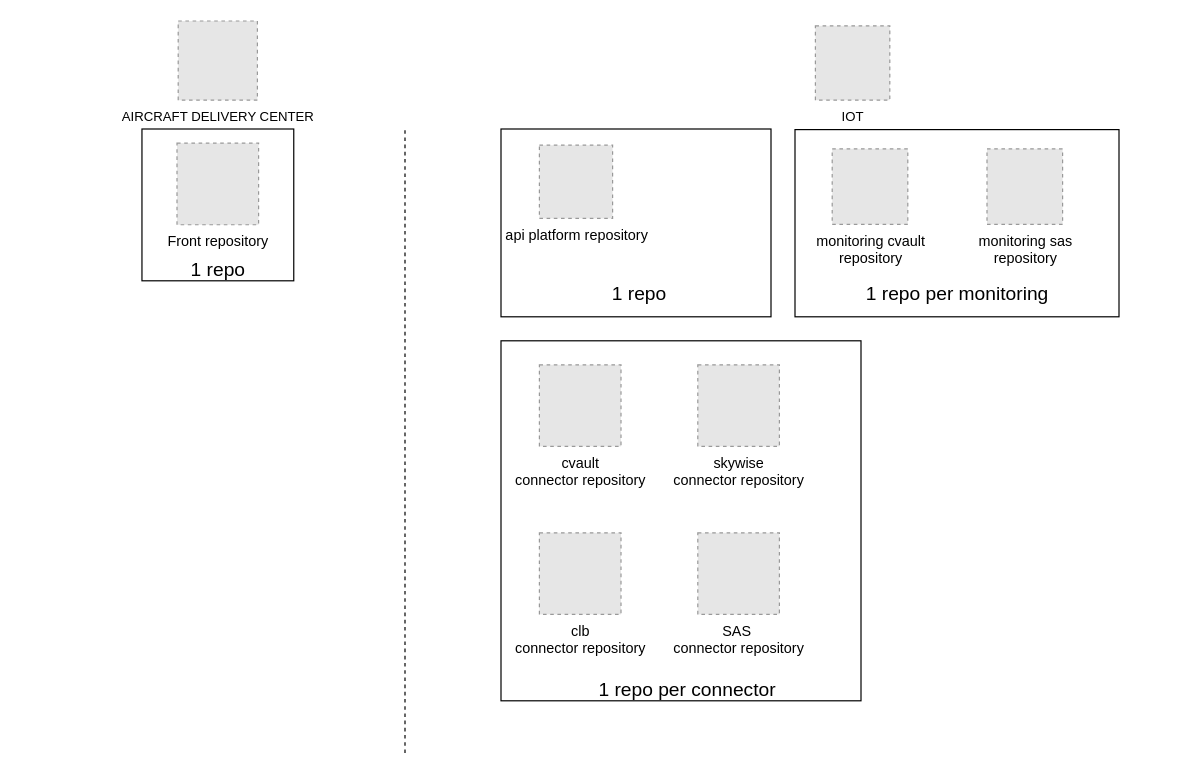
Before: GithubRepo.drawio in claytonbrown/aws-drawing, a draw.io diagram. Source tidied: cells renumbered, new cells numbered last; positions are measured from the earlier drawing's top-left corner, leaving out a move shared by most shapes. Both pictures are drawn from the tidied source at 120%, with x=0, y=0 at pixel (142, 20). Pictures stored in the file or linked from it are replaced by grey dashed boxes.
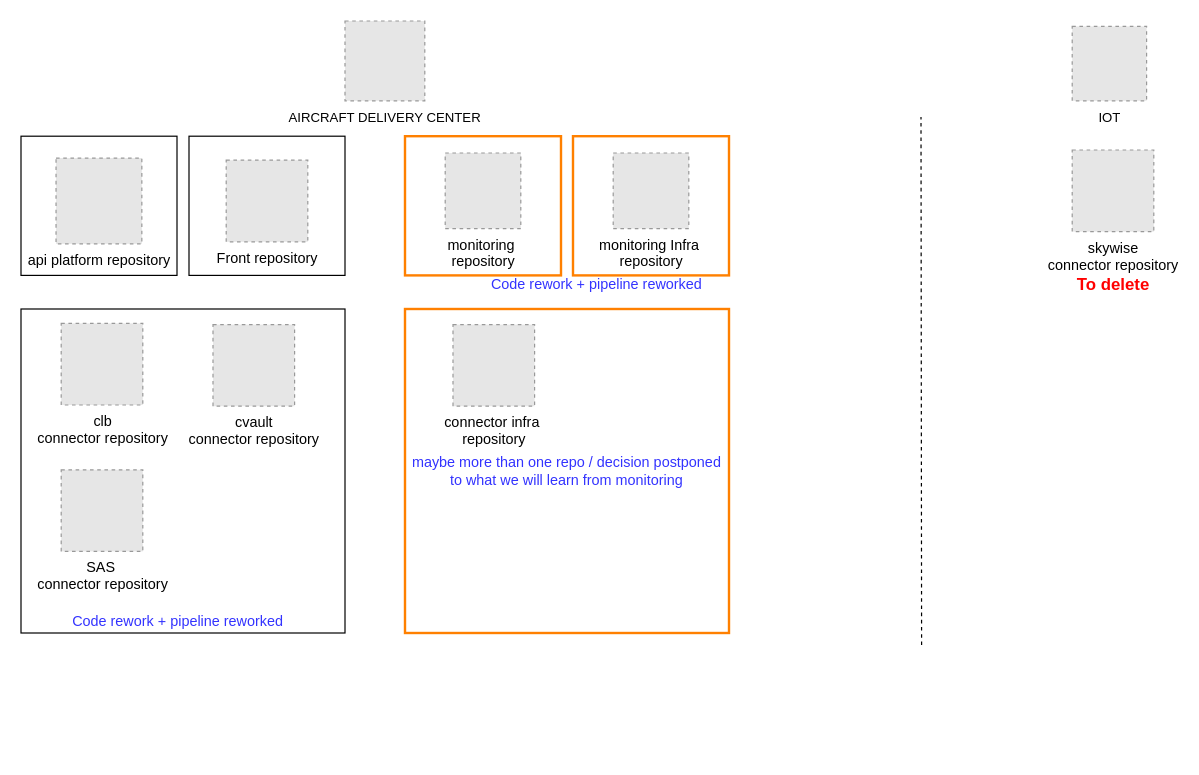
The same page after the edit.

Change to the diagram source:
```diff
@@
-    <mxCell id="1" parent="0" />
-    <mxCell id="2" style="whiteSpace=wrap;html=1;strokeColor=#000000;strokeWidth=1;fontColor=#3333FF;" parent="1" vertex="1">
-      <mxGeometry x="-0.2" y="90" width="126.5" height="126.5" as="geometry" />
-    </mxCell>
-    <mxCell id="3" style="rounded=0;whiteSpace=wrap;html=1;fontColor=#3333FF;" parent="1" vertex="1">
-      <mxGeometry x="299" y="90" width="225" height="156.5" as="geometry" />
-    </mxCell>
-    <mxCell id="4" style="rounded=0;whiteSpace=wrap;html=1;fontColor=#3333FF;" parent="1" vertex="1">
-      <mxGeometry x="544" y="90.5" width="270" height="156" as="geometry" />
-    </mxCell>
-    <mxCell id="5" style="whiteSpace=wrap;html=1;fontColor=#3333FF;" parent="1" vertex="1">
-      <mxGeometry x="299" y="266.5" width="300" height="300" as="geometry" />
-    </mxCell>
-    <mxCell id="6" value="Front repository" style="fillColor=#E6E6E6;strokeColor=#999999;dashed=1;html=1;verticalAlign=top;verticalLabelPosition=bottom;labelBackgroundColor=#ffffff;" parent="1" vertex="1">
-      <mxGeometry x="29" y="101.8" width="68" height="68" as="geometry" />
-    </mxCell>
+    <mxCell id="21" parent="0" />
+    <mxCell id="22" style="rounded=0;whiteSpace=wrap;html=1;fontColor=#3333FF;strokeColor=#FF8000;strokeWidth=2;" parent="21" vertex="1">
+      <mxGeometry x="359" y="96" width="130" height="116" as="geometry" />
+    </mxCell>
+    <mxCell id="23" style="rounded=0;whiteSpace=wrap;html=1;fontColor=#3333FF;" parent="21" vertex="1">
+      <mxGeometry x="-101" y="96" width="130" height="116" as="geometry" />
+    </mxCell>
+    <mxCell id="24" style="rounded=0;whiteSpace=wrap;html=1;fontColor=#3333FF;strokeColor=#FF8000;strokeWidth=2;" parent="21" vertex="1">
+      <mxGeometry x="219" y="96" width="130" height="116" as="geometry" />
+    </mxCell>
-    <mxCell id="7" value="&lt;font color=&quot;#000000&quot;&gt;&lt;span style=&quot;font-size: 11px&quot;&gt;AIRCRAFT DELIVERY CENTER&lt;/span&gt;&lt;/font&gt;" style="fillColor=#E6E6E6;strokeColor=#999999;dashed=1;html=1;verticalAlign=top;verticalLabelPosition=bottom;labelBackgroundColor=#ffffff;fontColor=#3333FF;" parent="1" vertex="1">
-      <mxGeometry x="30" width="66" height="66" as="geometry" />
+    <mxCell id="7" value="&lt;font color=&quot;#000000&quot;&gt;&lt;span style=&quot;font-size: 11px&quot;&gt;AIRCRAFT DELIVERY CENTER&lt;/span&gt;&lt;/font&gt;" style="fillColor=#E6E6E6;strokeColor=#999999;dashed=1;html=1;verticalAlign=top;verticalLabelPosition=bottom;labelBackgroundColor=#ffffff;fontColor=#3333FF;" parent="21" vertex="1">
+      <mxGeometry x="169" width="66.5" height="66.5" as="geometry" />
     </mxCell>
-    <mxCell id="8" style="endArrow=none;dashed=1;html=1;fontColor=#3333FF;" parent="1" edge="1">
-      <mxGeometry relative="1" as="geometry">
-        <mxPoint x="219" y="610" as="sourcePoint" />
-        <mxPoint x="219" y="90" as="targetPoint" />
-      </mxGeometry>
-    </mxCell>
+    <mxCell id="25" style="endArrow=none;dashed=1;html=1;fontColor=#3333FF;" parent="21" edge="1">
+      <mxGeometry relative="1" as="geometry">
+        <mxPoint x="649.5" y="520" as="sourcePoint" />
+        <mxPoint x="649" y="80" as="targetPoint" />
+      </mxGeometry>
+    </mxCell>
-    <mxCell id="9" value="&lt;font style=&quot;font-size: 11px&quot; color=&quot;#000000&quot;&gt;IOT&lt;br&gt;&lt;/font&gt;" style="fillColor=#E6E6E6;strokeColor=#999999;dashed=1;html=1;verticalAlign=top;verticalLabelPosition=bottom;labelBackgroundColor=#ffffff;fontColor=#3333FF;" parent="1" vertex="1">
-      <mxGeometry x="561" y="4" width="62" height="62" as="geometry" />
+    <mxCell id="9" value="&lt;font style=&quot;font-size: 11px&quot; color=&quot;#000000&quot;&gt;IOT&lt;br&gt;&lt;/font&gt;" style="fillColor=#E6E6E6;strokeColor=#999999;dashed=1;html=1;verticalAlign=top;verticalLabelPosition=bottom;labelBackgroundColor=#ffffff;fontColor=#3333FF;" parent="21" vertex="1">
+      <mxGeometry x="775" y="4.5" width="62" height="62" as="geometry" />
     </mxCell>
-    <mxCell id="10" value="api platform repository" style="fillColor=#E6E6E6;strokeColor=#999999;dashed=1;html=1;verticalAlign=top;verticalLabelPosition=bottom;labelBackgroundColor=#ffffff;" parent="1" vertex="1">
-      <mxGeometry x="331" y="103.5" width="61" height="61" as="geometry" />
+    <mxCell id="10" value="api platform repository" style="fillColor=#E6E6E6;strokeColor=#999999;dashed=1;html=1;verticalAlign=top;verticalLabelPosition=bottom;labelBackgroundColor=#ffffff;" parent="21" vertex="1">
+      <mxGeometry x="-71.8" y="114.2" width="71.5" height="71.5" as="geometry" />
     </mxCell>
+    <mxCell id="26" value="monitoring Infra&amp;nbsp;&lt;br&gt;repository" style="fillColor=#E6E6E6;strokeColor=#999999;dashed=1;html=1;verticalAlign=top;verticalLabelPosition=bottom;labelBackgroundColor=#ffffff;" parent="21" vertex="1">
+      <mxGeometry x="392.5" y="110" width="63" height="63" as="geometry" />
+    </mxCell>
+    <mxCell id="27" value="monitoring&amp;nbsp;&lt;br&gt;repository" style="fillColor=#E6E6E6;strokeColor=#999999;dashed=1;html=1;verticalAlign=top;verticalLabelPosition=bottom;labelBackgroundColor=#ffffff;" parent="21" vertex="1">
+      <mxGeometry x="252.5" y="110" width="63" height="63" as="geometry" />
+    </mxCell>
+    <mxCell id="14" value="skywise&lt;br&gt;connector repository" style="fillColor=#E6E6E6;strokeColor=#999999;dashed=1;html=1;verticalAlign=top;verticalLabelPosition=bottom;labelBackgroundColor=#ffffff;" parent="21" vertex="1">
+      <mxGeometry x="775" y="107.5" width="68" height="68" as="geometry" />
+    </mxCell>
+    <mxCell id="28" value="&lt;font color=&quot;#ff0000&quot; style=&quot;font-size: 14px&quot;&gt;&lt;b&gt;To delete&lt;/b&gt;&lt;/font&gt;" style="text;html=1;align=center;verticalAlign=middle;fontColor=#3333FF;" parent="21" vertex="1">
+      <mxGeometry x="769" y="210" width="80" height="20" as="geometry" />
+    </mxCell>
+    <mxCell id="29" value="Code rework + pipeline reworked" style="text;html=1;strokeColor=none;fillColor=none;align=center;verticalAlign=middle;whiteSpace=wrap;rounded=0;fontColor=#3333FF;" parent="21" vertex="1">
+      <mxGeometry x="279" y="210" width="200" height="20" as="geometry" />
+    </mxCell>
+    <mxCell id="30" value="maybe more than one repo / decision postponed to what we will learn from monitoring" style="whiteSpace=wrap;html=1;fontColor=#3333FF;strokeWidth=2;strokeColor=#FF8000;" parent="21" vertex="1">
+      <mxGeometry x="219" y="240" width="270" height="270" as="geometry" />
+    </mxCell>
+    <mxCell id="31" value="connector infra&amp;nbsp;&lt;br&gt;repository" style="fillColor=#E6E6E6;strokeColor=#999999;dashed=1;html=1;verticalAlign=top;verticalLabelPosition=bottom;labelBackgroundColor=#ffffff;" parent="21" vertex="1">
+      <mxGeometry x="259" y="253" width="68" height="68" as="geometry" />
+    </mxCell>
+    <mxCell id="32" style="group;" parent="21" vertex="1">
+      <mxGeometry x="39" y="96" width="130" height="116" as="geometry" />
+    </mxCell>
+    <mxCell id="33" style="rounded=0;whiteSpace=wrap;html=1;fontColor=#3333FF;" parent="32" vertex="1">
+      <mxGeometry width="130" height="116" as="geometry" />
+    </mxCell>
+    <mxCell id="6" value="Front repository" style="fillColor=#E6E6E6;strokeColor=#999999;dashed=1;html=1;verticalAlign=top;verticalLabelPosition=bottom;labelBackgroundColor=#ffffff;" parent="32" vertex="1">
+      <mxGeometry x="31" y="20" width="68" height="68" as="geometry" />
+    </mxCell>
+    <mxCell id="34" style="group;" parent="21" vertex="1">
+      <mxGeometry x="-101" y="240" width="270" height="271" as="geometry" />
+    </mxCell>
+    <mxCell id="35" style="whiteSpace=wrap;html=1;fontColor=#3333FF;" parent="34" vertex="1">
+      <mxGeometry width="270" height="270" as="geometry" />
+    </mxCell>
-    <mxCell id="11" value="cvault &lt;br&gt;connector repository" style="fillColor=#E6E6E6;strokeColor=#999999;dashed=1;html=1;verticalAlign=top;verticalLabelPosition=bottom;labelBackgroundColor=#ffffff;" parent="1" vertex="1">
-      <mxGeometry x="331" y="286.5" width="68" height="68" as="geometry" />
+    <mxCell id="11" value="cvault &lt;br&gt;connector repository" style="fillColor=#E6E6E6;strokeColor=#999999;dashed=1;html=1;verticalAlign=top;verticalLabelPosition=bottom;labelBackgroundColor=#ffffff;" parent="34" vertex="1">
+      <mxGeometry x="160" y="13" width="68" height="68" as="geometry" />
     </mxCell>
-    <mxCell id="12" value="monitoring sas&lt;br&gt;repository" style="fillColor=#E6E6E6;strokeColor=#999999;dashed=1;html=1;verticalAlign=top;verticalLabelPosition=bottom;labelBackgroundColor=#ffffff;" parent="1" vertex="1">
-      <mxGeometry x="704" y="106.5" width="63" height="63" as="geometry" />
-    </mxCell>
-    <mxCell id="13" value="monitoring cvault&lt;br&gt;repository" style="fillColor=#E6E6E6;strokeColor=#999999;dashed=1;html=1;verticalAlign=top;verticalLabelPosition=bottom;labelBackgroundColor=#ffffff;" parent="1" vertex="1">
-      <mxGeometry x="575" y="106.5" width="63" height="63" as="geometry" />
-    </mxCell>
-    <mxCell id="14" value="skywise&lt;br&gt;connector repository" style="fillColor=#E6E6E6;strokeColor=#999999;dashed=1;html=1;verticalAlign=top;verticalLabelPosition=bottom;labelBackgroundColor=#ffffff;" parent="1" vertex="1">
-      <mxGeometry x="463" y="286.5" width="68" height="68" as="geometry" />
-    </mxCell>
-    <mxCell id="15" value="SAS&amp;nbsp;&lt;br&gt;connector repository" style="fillColor=#E6E6E6;strokeColor=#999999;dashed=1;html=1;verticalAlign=top;verticalLabelPosition=bottom;labelBackgroundColor=#ffffff;" parent="1" vertex="1">
-      <mxGeometry x="463" y="426.5" width="68" height="68" as="geometry" />
+    <mxCell id="15" value="SAS&amp;nbsp;&lt;br&gt;connector repository" style="fillColor=#E6E6E6;strokeColor=#999999;dashed=1;html=1;verticalAlign=top;verticalLabelPosition=bottom;labelBackgroundColor=#ffffff;" parent="34" vertex="1">
+      <mxGeometry x="33.5" y="134" width="68" height="68" as="geometry" />
     </mxCell>
-    <mxCell id="16" value="clb&lt;br&gt;connector repository" style="fillColor=#E6E6E6;strokeColor=#999999;dashed=1;html=1;verticalAlign=top;verticalLabelPosition=bottom;labelBackgroundColor=#ffffff;" parent="1" vertex="1">
-      <mxGeometry x="331" y="426.5" width="68" height="68" as="geometry" />
+    <mxCell id="16" value="clb&lt;br&gt;connector repository" style="fillColor=#E6E6E6;strokeColor=#999999;dashed=1;html=1;verticalAlign=top;verticalLabelPosition=bottom;labelBackgroundColor=#ffffff;" parent="34" vertex="1">
+      <mxGeometry x="33.5" y="12" width="68" height="68" as="geometry" />
     </mxCell>
-    <mxCell id="17" value="&lt;font style=&quot;font-size: 16px&quot; color=&quot;#000000&quot;&gt;1 repo per connector&lt;/font&gt;" style="text;html=1;align=center;verticalAlign=middle;fontColor=#3333FF;" parent="1" vertex="1">
-      <mxGeometry x="374" y="546.5" width="160" height="20" as="geometry" />
-    </mxCell>
-    <mxCell id="18" value="&lt;font style=&quot;font-size: 16px&quot; color=&quot;#000000&quot;&gt;1 repo per monitoring&lt;/font&gt;" style="text;html=1;align=center;verticalAlign=middle;fontColor=#3333FF;" parent="1" vertex="1">
-      <mxGeometry x="594" y="216.5" width="170" height="20" as="geometry" />
-    </mxCell>
-    <mxCell id="19" value="&lt;font style=&quot;font-size: 16px&quot; color=&quot;#000000&quot;&gt;1 repo&lt;/font&gt;" style="text;html=1;align=center;verticalAlign=middle;fontColor=#3333FF;" parent="1" vertex="1">
-      <mxGeometry x="384" y="216.5" width="60" height="20" as="geometry" />
-    </mxCell>
-    <mxCell id="20" value="&lt;font style=&quot;font-size: 16px&quot; color=&quot;#000000&quot;&gt;1 repo&lt;/font&gt;" style="text;html=1;align=center;verticalAlign=middle;fontColor=#3333FF;" parent="1" vertex="1">
-      <mxGeometry x="33" y="196.5" width="60" height="20" as="geometry" />
-    </mxCell>
+    <mxCell id="36" value="Code rework + pipeline reworked" style="text;html=1;strokeColor=none;fillColor=none;align=center;verticalAlign=middle;whiteSpace=wrap;rounded=0;fontColor=#3333FF;" parent="34" vertex="1">
+      <mxGeometry x="31" y="251" width="200" height="20" as="geometry" />
+    </mxCell>
```
